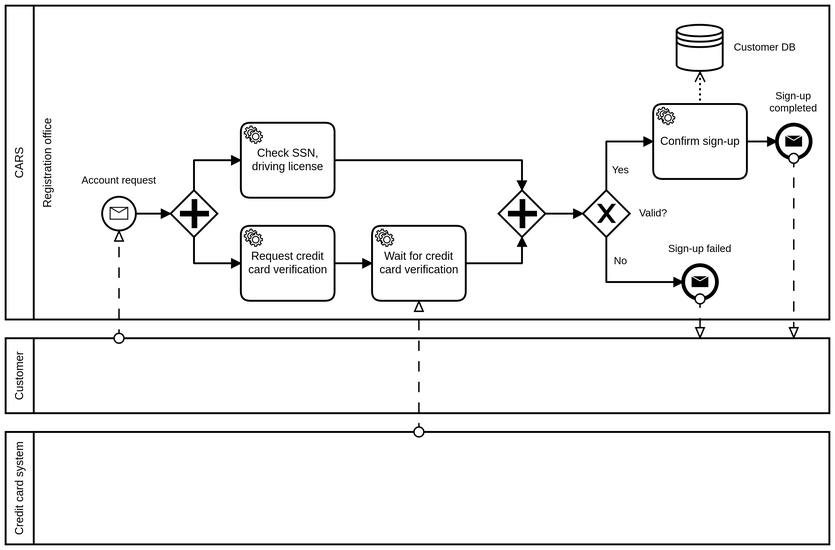
Above: car_rental/models/signup_process_to_be.png in franco-ruggeri/polito-information-systems (BPMN), before the change. Its source is kept beside it as car_rental/models/signup_process_to_be.bpmn. Ids are renumbered.
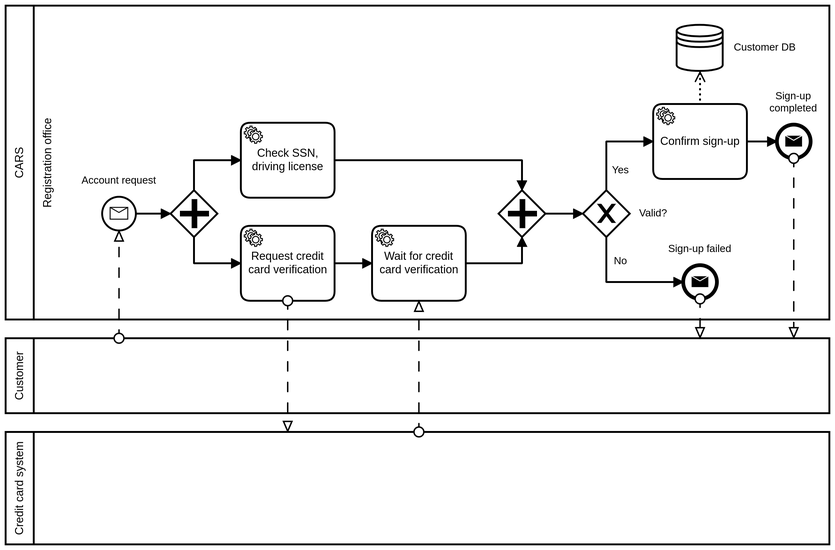
After the commit.

Commit message:
Minor fixes in car rental

Change to the diagram source:
```diff
@@ -7,6 +7,7 @@
     <bpmn:messageFlow id="Flow_n10" sourceRef="Event_n11" targetRef="Participant_n5" />
     <bpmn:messageFlow id="Flow_n12" sourceRef="Event_n13" targetRef="Participant_n5" />
     <bpmn:messageFlow id="Flow_n14" sourceRef="Participant_n7" targetRef="Activity_n15" />
+    <bpmn:messageFlow id="Flow_n39" sourceRef="Activity_n23" targetRef="Participant_n7" />
   </bpmn:collaboration>
   <bpmn:process id="Process_n4" isExecutable="true">
     <bpmn:laneSet id="LaneSet_n16">
@@ -91,37 +92,17 @@
       <bpmndi:BPMNShape id="Lane_n17_di" bpmnElement="Lane_n17" isHorizontal="true">
         <dc:Bounds x="159" y="85" width="849" height="335" />
       </bpmndi:BPMNShape>
-      <bpmndi:BPMNEdge id="Flow_n24_di" bpmnElement="Flow_n24">
-        <di:waypoint x="268" y="307" />
-        <di:waypoint x="305" y="307" />
+      <bpmndi:BPMNEdge id="Flow_n36_di" bpmnElement="Flow_n36">
+        <di:waypoint x="920" y="230" />
+        <di:waypoint x="952" y="230" />
       </bpmndi:BPMNEdge>
-      <bpmndi:BPMNEdge id="Flow_n26_di" bpmnElement="Flow_n26">
-        <di:waypoint x="330" y="282" />
-        <di:waypoint x="330" y="250" />
-        <di:waypoint x="380" y="250" />
-      </bpmndi:BPMNEdge>
-      <bpmndi:BPMNEdge id="Flow_n27_di" bpmnElement="Flow_n27">
-        <di:waypoint x="480" y="250" />
-        <di:waypoint x="680" y="250" />
-        <di:waypoint x="680" y="282" />
-      </bpmndi:BPMNEdge>
-      <bpmndi:BPMNEdge id="Flow_n28_di" bpmnElement="Flow_n28">
-        <di:waypoint x="330" y="332" />
-        <di:waypoint x="330" y="360" />
-        <di:waypoint x="380" y="360" />
-      </bpmndi:BPMNEdge>
-      <bpmndi:BPMNEdge id="Flow_n29_di" bpmnElement="Flow_n29">
-        <di:waypoint x="620" y="360" />
-        <di:waypoint x="680" y="360" />
-        <di:waypoint x="680" y="332" />
-      </bpmndi:BPMNEdge>
-      <bpmndi:BPMNEdge id="Flow_n30_di" bpmnElement="Flow_n30">
-        <di:waypoint x="480" y="360" />
-        <di:waypoint x="520" y="360" />
-      </bpmndi:BPMNEdge>
-      <bpmndi:BPMNEdge id="Flow_n31_di" bpmnElement="Flow_n31">
-        <di:waypoint x="705" y="307" />
-        <di:waypoint x="745" y="307" />
+      <bpmndi:BPMNEdge id="Flow_n33_di" bpmnElement="Flow_n33">
+        <di:waypoint x="770" y="332" />
+        <di:waypoint x="770" y="380" />
+        <di:waypoint x="852" y="380" />
+        <bpmndi:BPMNLabel>
+          <dc:Bounds x="778" y="351" width="15" height="14" />
+        </bpmndi:BPMNLabel>
       </bpmndi:BPMNEdge>
       <bpmndi:BPMNEdge id="Flow_n32_di" bpmnElement="Flow_n32">
         <di:waypoint x="770" y="282" />
@@ -131,17 +112,37 @@
           <dc:Bounds x="776" y="254" width="19" height="14" />
         </bpmndi:BPMNLabel>
       </bpmndi:BPMNEdge>
-      <bpmndi:BPMNEdge id="Flow_n33_di" bpmnElement="Flow_n33">
-        <di:waypoint x="770" y="332" />
-        <di:waypoint x="770" y="380" />
-        <di:waypoint x="852" y="380" />
-        <bpmndi:BPMNLabel>
-          <dc:Bounds x="778" y="351" width="15" height="14" />
-        </bpmndi:BPMNLabel>
+      <bpmndi:BPMNEdge id="Flow_n31_di" bpmnElement="Flow_n31">
+        <di:waypoint x="705" y="307" />
+        <di:waypoint x="745" y="307" />
       </bpmndi:BPMNEdge>
-      <bpmndi:BPMNEdge id="Flow_n36_di" bpmnElement="Flow_n36">
-        <di:waypoint x="920" y="230" />
-        <di:waypoint x="952" y="230" />
+      <bpmndi:BPMNEdge id="Flow_n30_di" bpmnElement="Flow_n30">
+        <di:waypoint x="480" y="360" />
+        <di:waypoint x="520" y="360" />
+      </bpmndi:BPMNEdge>
+      <bpmndi:BPMNEdge id="Flow_n29_di" bpmnElement="Flow_n29">
+        <di:waypoint x="620" y="360" />
+        <di:waypoint x="680" y="360" />
+        <di:waypoint x="680" y="332" />
+      </bpmndi:BPMNEdge>
+      <bpmndi:BPMNEdge id="Flow_n28_di" bpmnElement="Flow_n28">
+        <di:waypoint x="330" y="332" />
+        <di:waypoint x="330" y="360" />
+        <di:waypoint x="380" y="360" />
+      </bpmndi:BPMNEdge>
+      <bpmndi:BPMNEdge id="Flow_n27_di" bpmnElement="Flow_n27">
+        <di:waypoint x="480" y="250" />
+        <di:waypoint x="680" y="250" />
+        <di:waypoint x="680" y="282" />
+      </bpmndi:BPMNEdge>
+      <bpmndi:BPMNEdge id="Flow_n26_di" bpmnElement="Flow_n26">
+        <di:waypoint x="330" y="282" />
+        <di:waypoint x="330" y="250" />
+        <di:waypoint x="380" y="250" />
+      </bpmndi:BPMNEdge>
+      <bpmndi:BPMNEdge id="Flow_n24_di" bpmnElement="Flow_n24">
+        <di:waypoint x="268" y="307" />
+        <di:waypoint x="305" y="307" />
       </bpmndi:BPMNEdge>
       <bpmndi:BPMNShape id="Event_1icq9xb_di" bpmnElement="StartEvent_1">
         <dc:Bounds x="232" y="289" width="36" height="36" />
@@ -197,6 +198,10 @@
       <bpmndi:BPMNShape id="Participant_n7_di" bpmnElement="Participant_n7" isHorizontal="true">
         <dc:Bounds x="129" y="540" width="879" height="120" />
       </bpmndi:BPMNShape>
+      <bpmndi:BPMNEdge id="DataOutputAssociation_n38_di" bpmnElement="DataOutputAssociation_n38">
+        <di:waypoint x="870" y="190" />
+        <di:waypoint x="870" y="155" />
+      </bpmndi:BPMNEdge>
       <bpmndi:BPMNEdge id="Flow_n9_di" bpmnElement="Flow_n9">
         <di:waypoint x="250" y="440" />
         <di:waypoint x="250" y="325" />
@@ -213,9 +218,9 @@
         <di:waypoint x="570" y="540" />
         <di:waypoint x="570" y="400" />
       </bpmndi:BPMNEdge>
-      <bpmndi:BPMNEdge id="DataOutputAssociation_n38_di" bpmnElement="DataOutputAssociation_n38">
-        <di:waypoint x="870" y="190" />
-        <di:waypoint x="870" y="155" />
+      <bpmndi:BPMNEdge id="Flow_n39_di" bpmnElement="Flow_n39">
+        <di:waypoint x="430" y="400" />
+        <di:waypoint x="430" y="540" />
       </bpmndi:BPMNEdge>
     </bpmndi:BPMNPlane>
   </bpmndi:BPMNDiagram>
```
